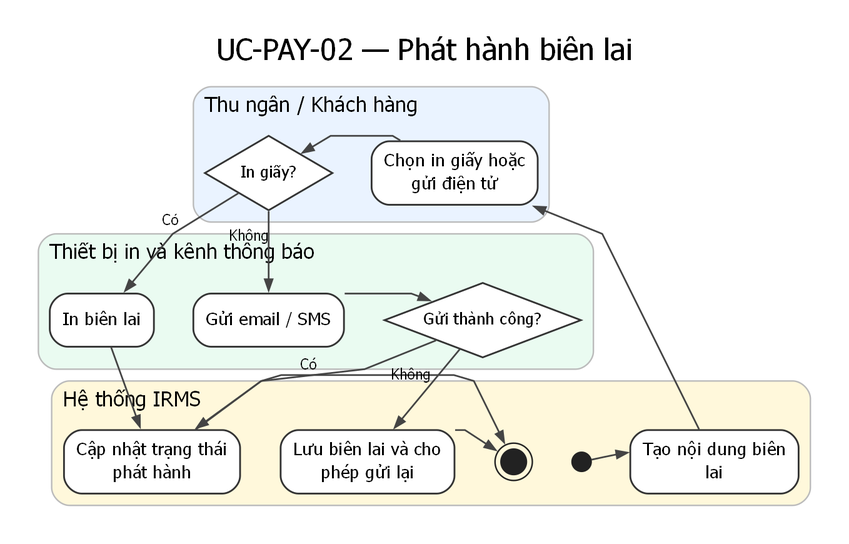
This is assets/diagrams/rendered/activity/uc-pay-02-issue-receipt.png from lehoangluan1/SA_IRMS, a Graphviz export, as it was before one commit. Its source is kept beside it as assets/diagrams/source/activity/uc-pay-02-issue-receipt.dot.
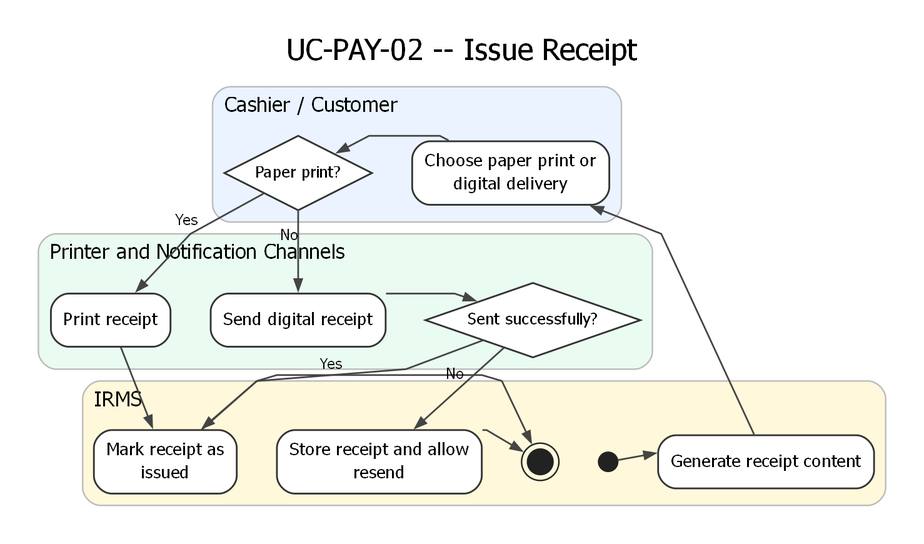
Later version of the same file.

Diff of the diagram source:
```diff
@@ -2,51 +2,47 @@
   graph [rankdir=TB, newrank=true, splines=polyline, nodesep=0.38, ranksep=0.62, pad=0.25, dpi=170, bgcolor="white", fontname="DejaVu Sans"];
   node [fontname="DejaVu Sans"];
   edge [fontname="DejaVu Sans", fontsize=10, color="#444444", penwidth=1.15, arrowsize=0.75];
-  labelloc="t"; labeljust="c"; fontsize=20; fontname="DejaVu Sans"; label="UC-PAY-02 — Phát hành biên lai";
+  labelloc="t"; labeljust="c"; fontsize=20; fontname="DejaVu Sans"; label="UC-PAY-02 -- Issue Receipt";
   subgraph cluster_l1 {
     style="rounded,filled";
     fillcolor="#EAF3FF"; color="#BBBBBB"; penwidth=1.0;
-    label="Thu ngân / Khách hàng"; fontsize=14; labelloc="t"; labeljust="l";
+    label="Cashier / Customer"; fontsize=14; labelloc="t"; labeljust="l";
     rank=same;
-    n2 [label="Chọn in giấy hoặc
-gửi điện tử", shape=rect, style="rounded,filled", fillcolor="white", color="#333333", penwidth=1.2, fontsize=12, margin="0.12,0.08"];
-    n3 [label="In giấy?", shape=diamond, style="filled", fillcolor="white", color="#333333", penwidth=1.2, fontsize=11, width=1.2, height=0.7, margin="0.05,0.03"];
+    n2 [label="Choose paper print or\ndigital delivery", shape=rect, style="rounded,filled", fillcolor="white", color="#333333", penwidth=1.2, fontsize=12, margin="0.12,0.08"];
+    n3 [label="Paper print?", shape=diamond, style="filled", fillcolor="white", color="#333333", penwidth=1.2, fontsize=11, width=1.2, height=0.7, margin="0.05,0.03"];
     n2 -> n3 [style=invis, weight=20];
   }
   subgraph cluster_l2 {
     style="rounded,filled";
     fillcolor="#FFF8DB"; color="#BBBBBB"; penwidth=1.0;
-    label="Hệ thống IRMS"; fontsize=14; labelloc="t"; labeljust="l";
+    label="IRMS"; fontsize=14; labelloc="t"; labeljust="l";
     rank=same;
     n0 [shape=circle, label="", width=0.18, height=0.18, fixedsize=true, style=filled, fillcolor="#222222", color="#222222"];
-    n1 [label="Tạo nội dung biên
-lai", shape=rect, style="rounded,filled", fillcolor="white", color="#333333", penwidth=1.2, fontsize=12, margin="0.12,0.08"];
-    n7 [label="Cập nhật trạng thái
-phát hành", shape=rect, style="rounded,filled", fillcolor="white", color="#333333", penwidth=1.2, fontsize=12, margin="0.12,0.08"];
-    n8 [label="Lưu biên lai và cho
-phép gửi lại", shape=rect, style="rounded,filled", fillcolor="white", color="#333333", penwidth=1.2, fontsize=12, margin="0.12,0.08"];
+    n1 [label="Generate receipt content", shape=rect, style="rounded,filled", fillcolor="white", color="#333333", penwidth=1.2, fontsize=12, margin="0.12,0.08"];
+    n7 [label="Mark receipt as\nissued", shape=rect, style="rounded,filled", fillcolor="white", color="#333333", penwidth=1.2, fontsize=12, margin="0.12,0.08"];
+    n8 [label="Store receipt and allow\nresend", shape=rect, style="rounded,filled", fillcolor="white", color="#333333", penwidth=1.2, fontsize=12, margin="0.12,0.08"];
     n9 [shape=doublecircle, label="", width=0.24, height=0.24, fixedsize=true, style=filled, fillcolor="#222222", color="#222222"];
     n0 -> n1 -> n7 -> n8 -> n9 [style=invis, weight=20];
   }
   subgraph cluster_l3 {
     style="rounded,filled";
     fillcolor="#EAFBF1"; color="#BBBBBB"; penwidth=1.0;
-    label="Thiết bị in và kênh thông báo"; fontsize=14; labelloc="t"; labeljust="l";
+    label="Printer and Notification Channels"; fontsize=14; labelloc="t"; labeljust="l";
     rank=same;
-    n4 [label="In biên lai", shape=rect, style="rounded,filled", fillcolor="white", color="#333333", penwidth=1.2, fontsize=12, margin="0.12,0.08"];
-    n5 [label="Gửi email / SMS", shape=rect, style="rounded,filled", fillcolor="white", color="#333333", penwidth=1.2, fontsize=12, margin="0.12,0.08"];
-    n6 [label="Gửi thành công?", shape=diamond, style="filled", fillcolor="white", color="#333333", penwidth=1.2, fontsize=11, width=1.2, height=0.7, margin="0.05,0.03"];
+    n4 [label="Print receipt", shape=rect, style="rounded,filled", fillcolor="white", color="#333333", penwidth=1.2, fontsize=12, margin="0.12,0.08"];
+    n5 [label="Send digital receipt", shape=rect, style="rounded,filled", fillcolor="white", color="#333333", penwidth=1.2, fontsize=12, margin="0.12,0.08"];
+    n6 [label="Sent successfully?", shape=diamond, style="filled", fillcolor="white", color="#333333", penwidth=1.2, fontsize=11, width=1.2, height=0.7, margin="0.05,0.03"];
     n4 -> n5 -> n6 [style=invis, weight=20];
   }
   n0 -> n1;
   n1 -> n2;
   n2 -> n3;
-  n3 -> n4 [xlabel="Có"];
-  n3 -> n5 [xlabel="Không"];
+  n3 -> n4 [xlabel="Yes"];
+  n3 -> n5 [xlabel="No"];
   n4 -> n7;
   n5 -> n6;
-  n6 -> n7 [xlabel="Có"];
-  n6 -> n8 [xlabel="Không"];
+  n6 -> n7 [xlabel="Yes"];
+  n6 -> n8 [xlabel="No"];
   n7 -> n9;
   n8 -> n9;
 }
```
